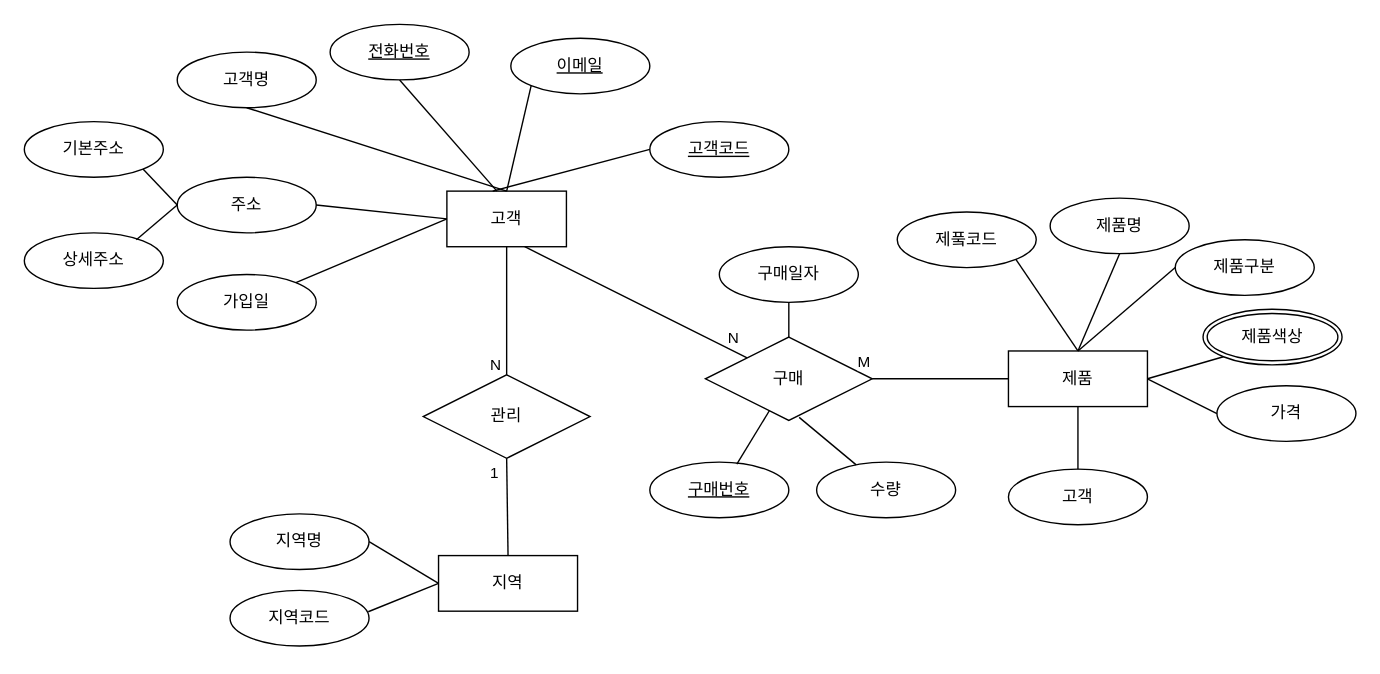
Earlier version of the draw.io diagram page "페이지-1" (1 of 2) of 제목 없는 다이어그램.drawio (joohyunProjectStorage/erd_sample). Source tidied: cells renumbered, new cells numbered last; positions are measured from the earlier drawing's top-left corner, leaving out a move shared by most shapes. Both pictures are drawn from the tidied source at 139%, with x=0, y=0 at pixel (24, 24).
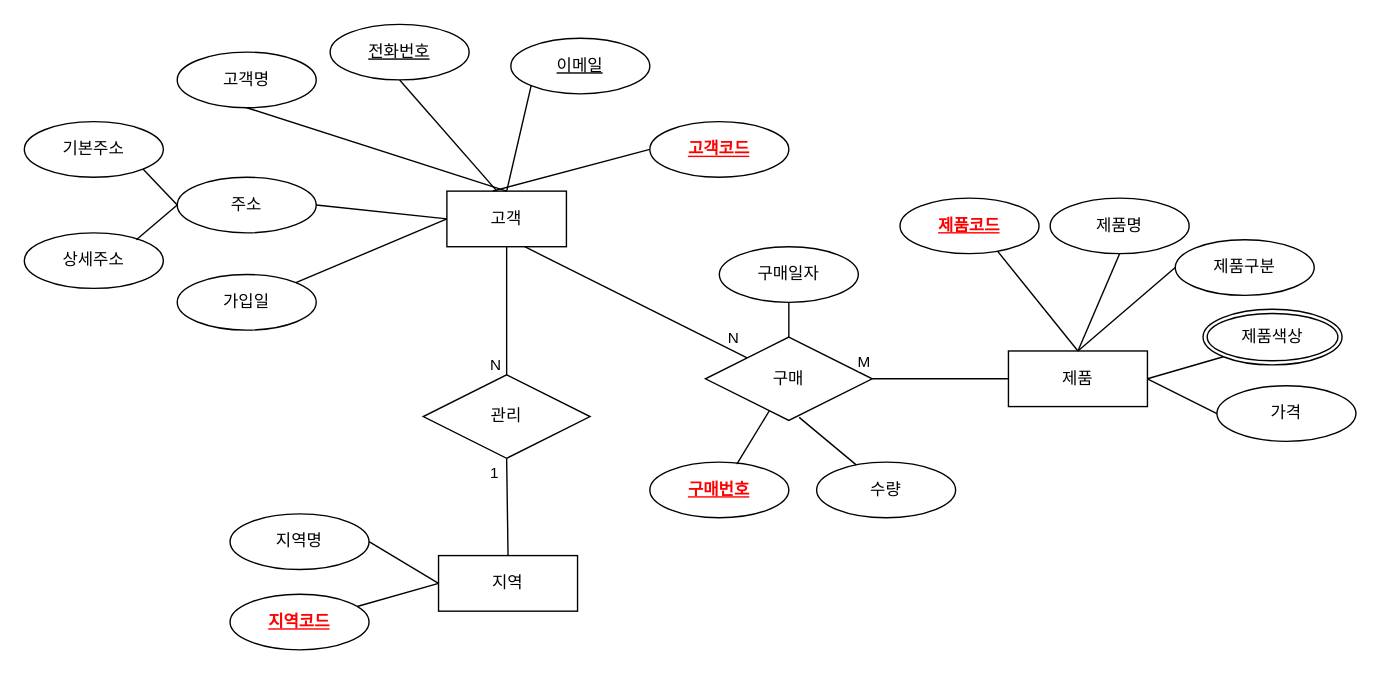
After the change.

Commit message:
제목 없는 다이어그램.drawio 업데이트

The change refers to these unchanged cells:
```xml
<mxCell id="19" value="지역" style="whiteSpace=wrap;html=1;align=center;" parent="1" vertex="1">
  <mxGeometry x="298" y="382.2" width="100" height="40" as="geometry" />
</mxCell>
<mxCell id="24" value="제품" style="whiteSpace=wrap;html=1;align=center;" parent="1" vertex="1">
  <mxGeometry x="708" y="235" width="100" height="40" as="geometry" />
</mxCell>
```

The edit, as a diff of the source:
```diff
@@
-    <mxCell id="9" value="고객코드" style="ellipse;whiteSpace=wrap;html=1;align=center;fontStyle=4;" parent="1" vertex="1">
+    <mxCell id="9" value="고객코드" style="ellipse;whiteSpace=wrap;html=1;align=center;fontStyle=5;fontColor=#FF0000;" parent="1" vertex="1">
       <mxGeometry x="450" y="70" width="100" height="40" as="geometry" />
     </mxCell>
@@
-    <mxCell id="22" value="지역코드" style="ellipse;whiteSpace=wrap;html=1;align=center;" parent="1" vertex="1">
-      <mxGeometry x="148" y="407.2" width="100" height="40" as="geometry" />
-    </mxCell>
-    <mxCell id="23" style="endArrow=none;html=1;rounded=0;exitX=0.994;exitY=0.385;exitDx=0;exitDy=0;entryX=0;entryY=0.5;entryDx=0;entryDy=0;exitPerimeter=0;" parent="1" edge="1" source="22" target="19">
+    <mxCell id="23" style="endArrow=none;html=1;rounded=0;entryX=0;entryY=0.5;entryDx=0;entryDy=0;" parent="1" edge="1" source="22" target="19">
       <mxGeometry relative="1" as="geometry" />
     </mxCell>
@@
-    <mxCell id="25" value="제풐코드" style="ellipse;whiteSpace=wrap;html=1;align=center;" parent="1" vertex="1">
-      <mxGeometry x="628" y="135" width="100" height="40" as="geometry" />
-    </mxCell>
-    <mxCell id="26" style="endArrow=none;html=1;rounded=0;exitX=1;exitY=1;exitDx=0;exitDy=0;" parent="1" edge="1" source="25">
+    <mxCell id="26" style="endArrow=none;html=1;rounded=0;exitX=0.7;exitY=0.95;exitDx=0;exitDy=0;exitPerimeter=0;" parent="1" edge="1" source="53">
       <mxGeometry relative="1" as="geometry">
         <mxPoint x="758" y="235" as="targetPoint" />
       </mxGeometry>
     </mxCell>
@@
-    <mxCell id="35" style="endArrow=none;html=1;rounded=0;exitX=0.5;exitY=1;exitDx=0;exitDy=0;" parent="1" edge="1" source="24">
-      <mxGeometry relative="1" as="geometry">
-        <mxPoint x="758" y="325" as="targetPoint" />
-      </mxGeometry>
-    </mxCell>
-    <mxCell id="36" value="고객" style="ellipse;whiteSpace=wrap;html=1;align=center;" parent="1" vertex="1">
-      <mxGeometry x="708" y="320" width="100" height="40" as="geometry" />
-    </mxCell>
@@
-    <mxCell id="45" value="구매번호" style="ellipse;whiteSpace=wrap;html=1;align=center;fontStyle=4;" parent="1" vertex="1">
+    <mxCell id="45" value="구매번호" style="ellipse;whiteSpace=wrap;html=1;align=center;fontStyle=5;fontColor=#FF0000;" parent="1" vertex="1">
       <mxGeometry x="450" y="315" width="100" height="40" as="geometry" />
     </mxCell>
@@
+    <mxCell id="22" value="지역코드" style="ellipse;whiteSpace=wrap;html=1;align=center;fontStyle=5;fontColor=#FF0000;" parent="1" vertex="1">
+      <mxGeometry x="148" y="410" width="100" height="40" as="geometry" />
+    </mxCell>
+    <mxCell id="53" value="제품코드" style="ellipse;whiteSpace=wrap;html=1;align=center;fontStyle=5;fontColor=#FF0000;" parent="1" vertex="1">
+      <mxGeometry x="630" y="125" width="100" height="40" as="geometry" />
+    </mxCell>
```
